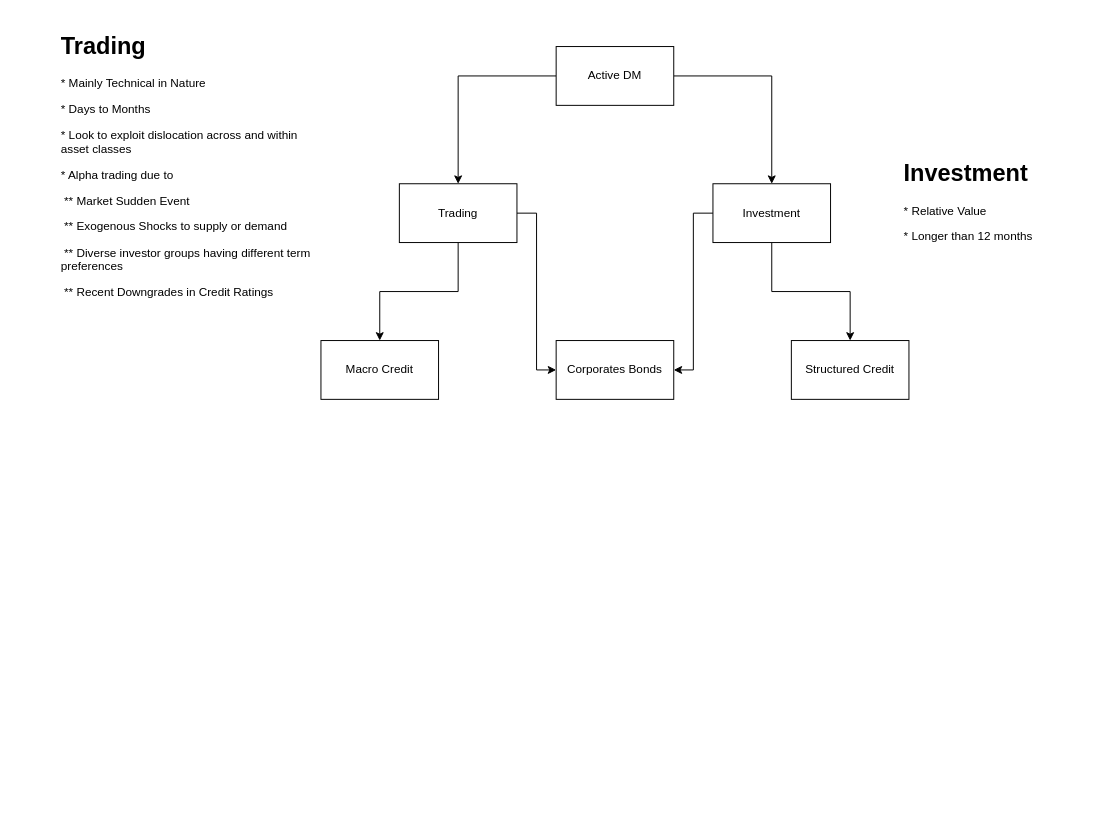
This is Untitled Diagram.drawio from PodorCN/NoteBook, a draw.io file, before an edit. Source tidied: cells renumbered, new cells numbered last; positions are measured from the earlier drawing's top-left corner, leaving out a move shared by most shapes. Both pictures are drawn from the tidied source at 98%, with x=0, y=0 at pixel (56, 26).
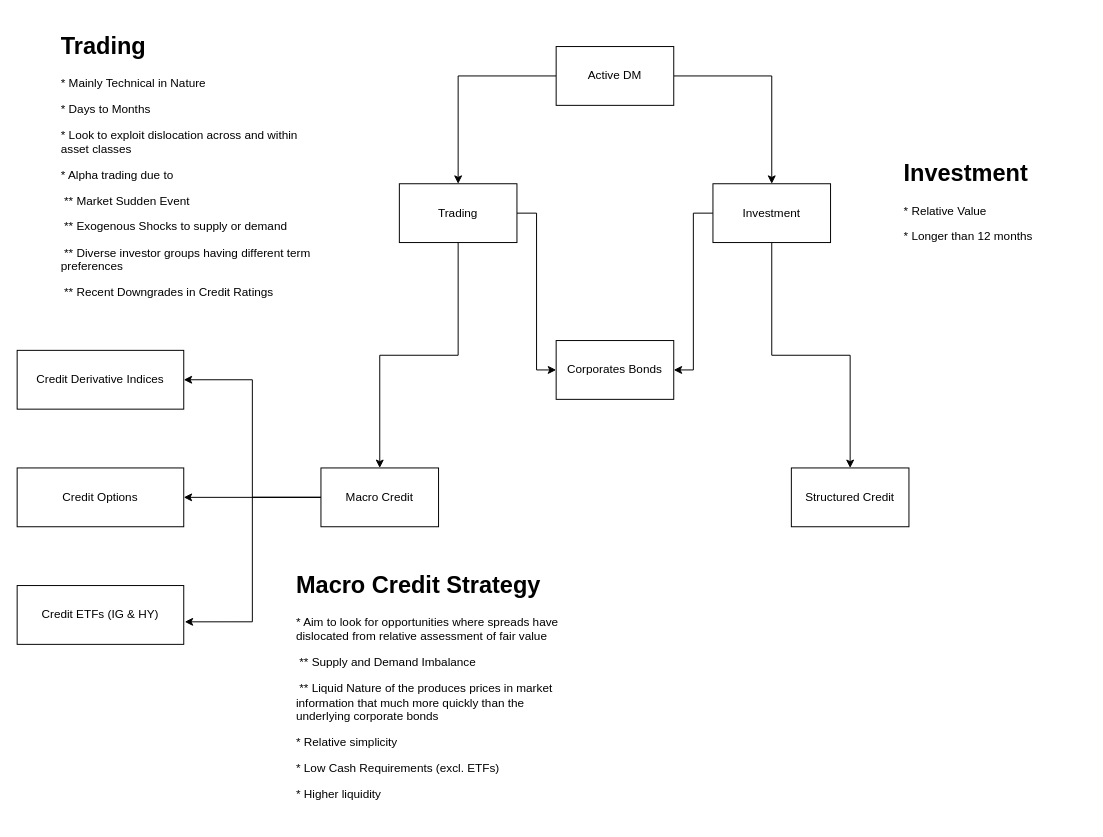
After the change.

The edit, as a diff of the source:
```diff
@@
+    <mxCell id="16" style="edgeStyle=orthogonalEdgeStyle;rounded=0;jettySize=auto;html=1;entryX=1;entryY=0.5;entryDx=0;entryDy=0;" parent="1" edge="1" source="13" target="19">
+      <mxGeometry relative="1" as="geometry" />
+    </mxCell>
+    <mxCell id="17" style="edgeStyle=orthogonalEdgeStyle;rounded=0;jettySize=auto;html=1;" parent="1" edge="1" source="13" target="21">
+      <mxGeometry relative="1" as="geometry" />
+    </mxCell>
+    <mxCell id="18" style="edgeStyle=orthogonalEdgeStyle;rounded=0;jettySize=auto;html=1;entryX=1.006;entryY=0.617;entryDx=0;entryDy=0;entryPerimeter=0;" parent="1" edge="1" source="13" target="20">
+      <mxGeometry relative="1" as="geometry" />
+    </mxCell>
     <mxCell id="13" value="Macro Credit" style="whiteSpace=wrap;html=1;" parent="1" vertex="1">
-      <mxGeometry x="270" y="320" width="120" height="60" as="geometry" />
+      <mxGeometry x="270" y="450" width="120" height="60" as="geometry" />
     </mxCell>
@@
     <mxCell id="15" value="Structured Credit" style="whiteSpace=wrap;html=1;" parent="1" vertex="1">
-      <mxGeometry x="750" y="320" width="120" height="60" as="geometry" />
+      <mxGeometry x="750" y="450" width="120" height="60" as="geometry" />
     </mxCell>
+    <mxCell id="19" value="Credit Derivative Indices" style="whiteSpace=wrap;html=1;" parent="1" vertex="1">
+      <mxGeometry x="-40" y="330" width="170" height="60" as="geometry" />
+    </mxCell>
+    <mxCell id="20" value="Credit ETFs (IG &amp;amp; HY)" style="whiteSpace=wrap;html=1;" parent="1" vertex="1">
+      <mxGeometry x="-40" y="570" width="170" height="60" as="geometry" />
+    </mxCell>
+    <mxCell id="21" value="Credit Options" style="whiteSpace=wrap;html=1;" parent="1" vertex="1">
+      <mxGeometry x="-40" y="450" width="170" height="60" as="geometry" />
+    </mxCell>
+    <mxCell id="22" value="&lt;h1&gt;Macro Credit Strategy&lt;/h1&gt;&lt;p&gt;* Aim to look for opportunities where spreads have dislocated from relative assessment of fair value&lt;/p&gt;&lt;p&gt;&lt;span style=&quot;white-space: pre&quot;&gt; &lt;/span&gt;** Supply and Demand Imbalance&lt;/p&gt;&lt;p&gt;&lt;span style=&quot;white-space: pre&quot;&gt; &lt;/span&gt;** Liquid Nature of the produces prices in market information that much more quickly than the underlying corporate bonds&lt;br&gt;&lt;/p&gt;&lt;p&gt;* Relative simplicity&lt;/p&gt;&lt;p&gt;* Low Cash Requirements (excl. ETFs)&lt;/p&gt;&lt;p&gt;* Higher liquidity&lt;/p&gt;" style="text;html=1;strokeColor=none;fillColor=none;spacing=5;spacingTop=-20;whiteSpace=wrap;overflow=hidden;rounded=0;" parent="1" vertex="1">
+      <mxGeometry x="240" y="550" width="290" height="260" as="geometry" />
+    </mxCell>
```
